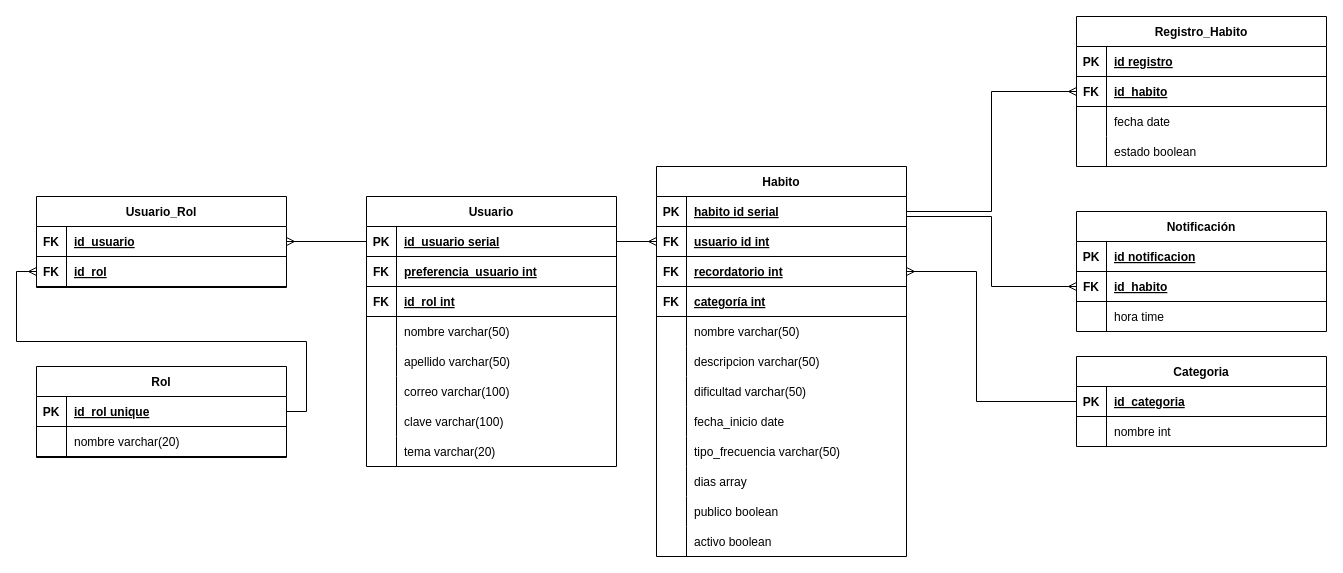
Before: docs/arquitectura/Modelo-Entidad-Relacion/MER_Extendido.drawio in JuanFernandoBallesterosMaciasUIS/Rutinia-1.0, a draw.io diagram. Source tidied: cells renumbered, new cells numbered last; positions are measured from the earlier drawing's top-left corner, leaving out a move shared by most shapes. Both pictures are drawn from the tidied source at 100%, with x=0, y=0 at pixel (36, 16).
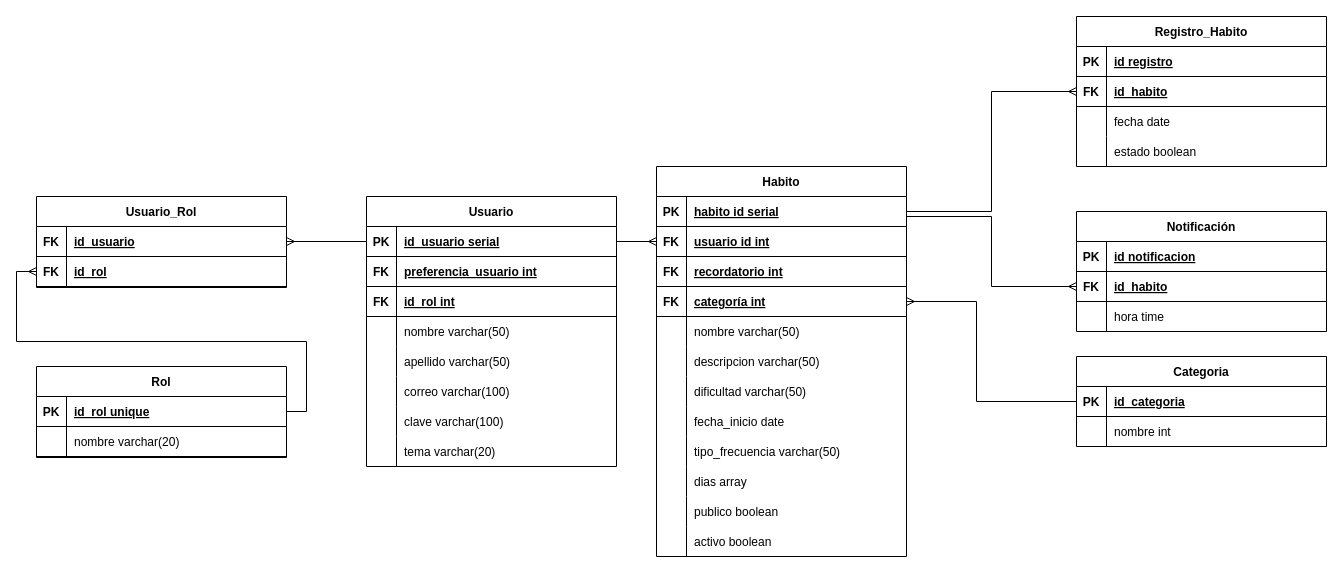
The same page after the edit.

Commit message (it also covers changes not shown here):
docs: Arreglar relaciones entidades

Unchanged cells that the change refers to:
```xml
<mxCell id="10" style="shape=partialRectangle;fillColor=none;points=[[0,0.5],[1,0.5]];portConstraint=eastwest;top=0;left=0;right=0;bottom=1;" parent="3" vertex="1">
  <mxGeometry y="90" width="250" height="30" as="geometry" />
</mxCell>
<mxCell id="13" style="shape=partialRectangle;fillColor=none;points=[[0,0.5],[1,0.5]];portConstraint=eastwest;top=0;left=0;right=0;bottom=1;" parent="3" vertex="1">
  <mxGeometry y="120" width="250" height="30" as="geometry" />
</mxCell>
<mxCell id="83" style="shape=partialRectangle;fillColor=none;points=[[0,0.5],[1,0.5]];portConstraint=eastwest;top=0;left=0;right=0;bottom=1;" parent="82" vertex="1">
  <mxGeometry y="30" width="250" height="30" as="geometry" />
</mxCell>
```

Diff of the diagram source:
```diff
@@
-    <mxCell id="113" style="edgeStyle=orthogonalEdgeStyle;rounded=0;jettySize=auto;html=1;exitX=0;exitY=0.5;exitDx=0;exitDy=0;entryX=1;entryY=0.5;entryDx=0;entryDy=0;endArrow=ERmany;endFill=0;" parent="1" edge="1" source="83" target="10">
+    <mxCell id="113" style="edgeStyle=orthogonalEdgeStyle;rounded=0;jettySize=auto;html=1;exitX=0;exitY=0.5;exitDx=0;exitDy=0;entryX=1;entryY=0.5;entryDx=0;entryDy=0;endArrow=ERmany;endFill=0;" parent="1" edge="1" source="83" target="13">
       <mxGeometry relative="1" as="geometry">
         <Array as="points">
           <mxPoint x="940" y="385" />
-          <mxPoint x="940" y="255" />
+          <mxPoint x="940" y="285" />
         </Array>
       </mxGeometry>
     </mxCell>
```
